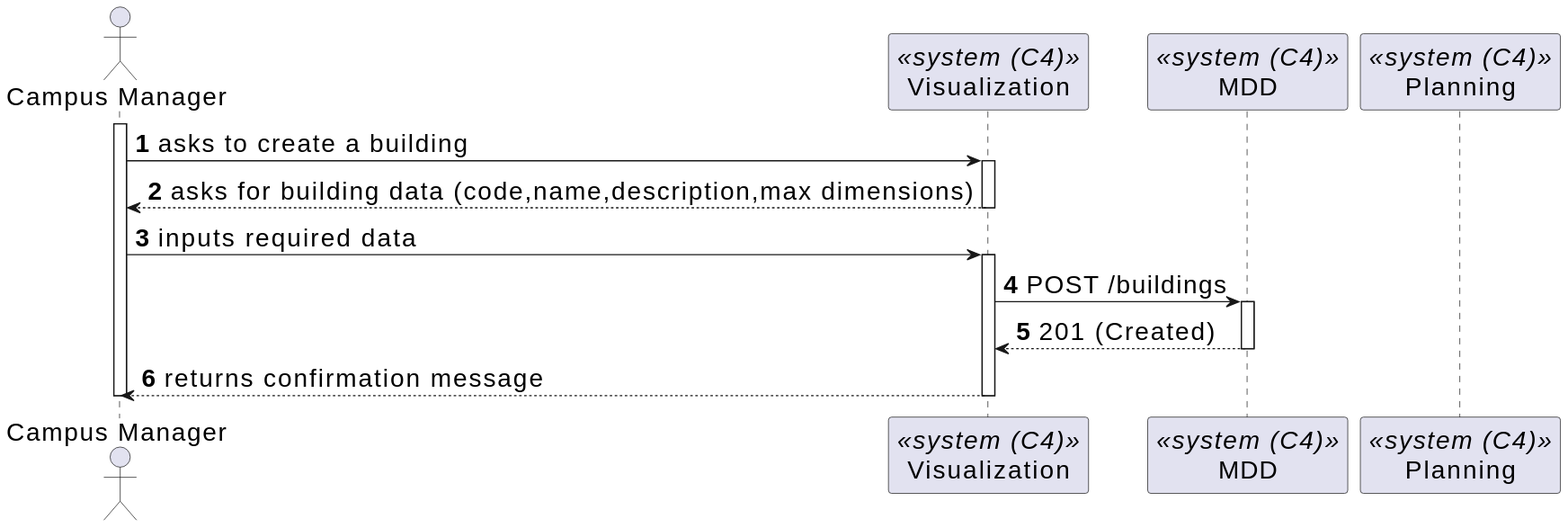
Earlier version of the PlantUML export _wiki/sprint-b/us-1020/views/level-2/assets/process-view.svg (miseEnPlace-dev/lapr5).
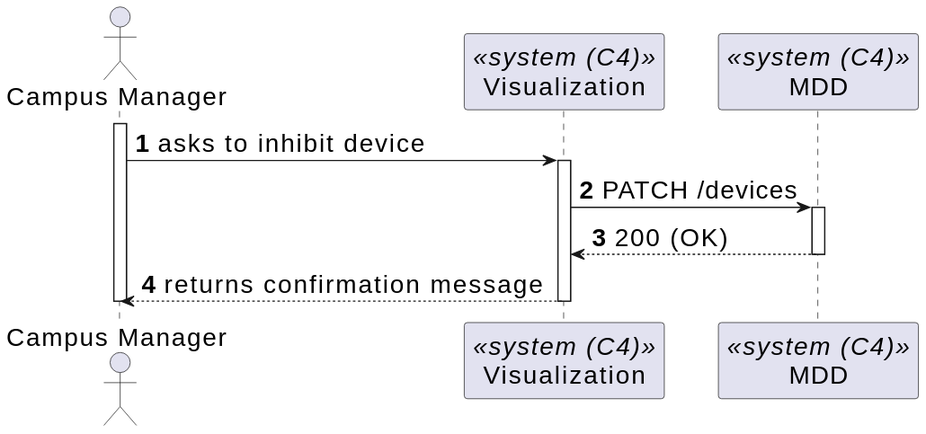
The same diagram one commit later.

What changed in the source:
```diff
@@ -5,23 +5,15 @@
 actor CM as "Campus Manager"
 participant UI as "Visualization" <<system (C4)>>
 participant MDD as "MDD" <<system (C4)>>
-participant P as "Planning" <<system (C4)>>
-
 
 activate CM
 
-CM -> UI : asks to create a building
+CM -> UI : asks to inhibit device
 activate UI
 
-CM <-- UI : asks for building data (code,name,description,max dimensions)
-deactivate UI
-
-CM -> UI : inputs required data
-activate UI
-
-UI -> MDD : POST /buildings
+UI -> MDD : PATCH /devices
 activate MDD
-MDD --> UI : 201 (Created)
+MDD --> UI : 200 (OK)
 deactivate MDD
 
 CM <-- UI : returns confirmation message
```
